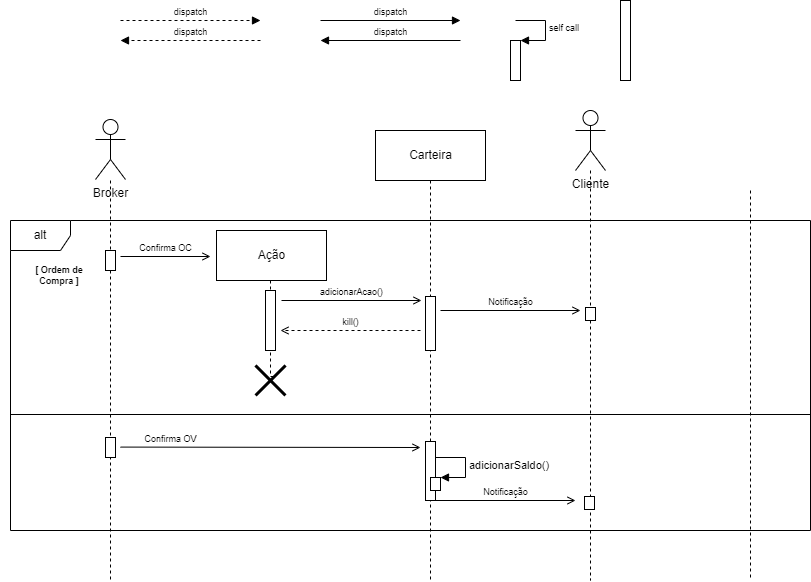
EijiDogen/FEI_MDSMarket keeps this draw.io diagram as MarketDiagramasDeSequencia/MarketSequencia04.drawio.png. Above is the earlier version. Source tidied: cells renumbered, new cells last; positions are measured from the earlier drawing's top-left corner, leaving out a move shared by most shapes.
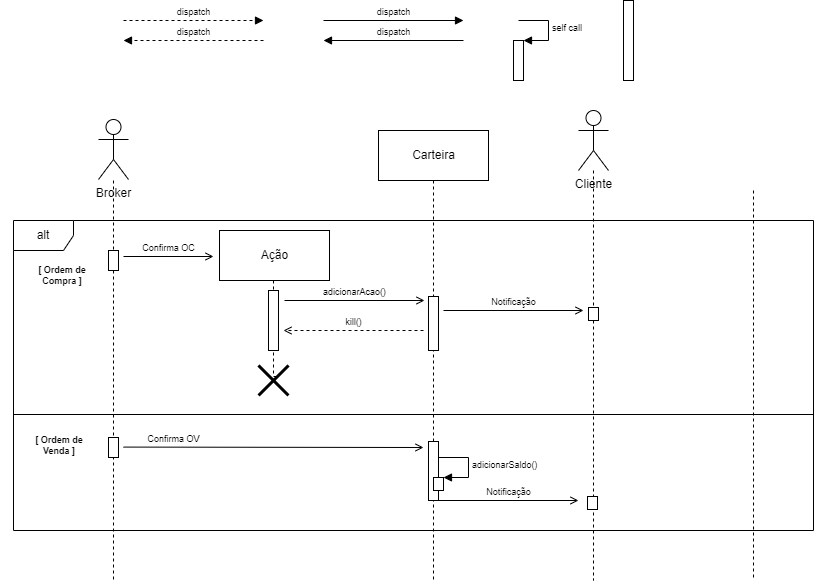
Above is the later version.

The edit, as a diff of the source:
```diff
@@ -88,7 +88,7 @@
     <mxCell id="21" style="html=1;points=[];perimeter=orthogonalPerimeter;" parent="15" vertex="1">
       <mxGeometry x="430" y="477" width="10" height="13" as="geometry" />
     </mxCell>
-    <mxCell id="22" value="adicionarSaldo()" style="edgeStyle=orthogonalEdgeStyle;html=1;align=left;spacingLeft=2;endArrow=block;rounded=0;entryX=1;entryY=0;" parent="15" edge="1" target="21">
+    <mxCell id="22" value="adicionarSaldo()" style="edgeStyle=orthogonalEdgeStyle;html=1;align=left;spacingLeft=2;endArrow=block;rounded=0;entryX=1;entryY=0;fontSize=9;" parent="15" edge="1" target="21">
       <mxGeometry relative="1" as="geometry">
         <mxPoint x="435" y="457" as="sourcePoint" />
         <Array as="points">
@@ -105,6 +105,9 @@
     <mxCell id="24" style="html=1;perimeter=orthogonalPerimeter;fontSize=9;" parent="15" vertex="1">
       <mxGeometry x="584" y="496" width="10" height="13" as="geometry" />
     </mxCell>
+    <mxCell id="40" value="[ Ordem de&lt;br&gt;Venda ]" style="text;html=1;strokeColor=none;fillColor=none;align=center;verticalAlign=middle;whiteSpace=wrap;rounded=0;fontSize=9;fontStyle=1;" parent="15" vertex="1">
+      <mxGeometry x="-3" y="430" width="118" height="30" as="geometry" />
+    </mxCell>
     <mxCell id="25" value="Messages" parent="0" />
     <mxCell id="26" value="Confirma OC" style="html=1;verticalAlign=bottom;endArrow=open;rounded=0;fontSize=9;endFill=0;" parent="25" edge="1">
       <mxGeometry relative="1" as="geometry">
```
